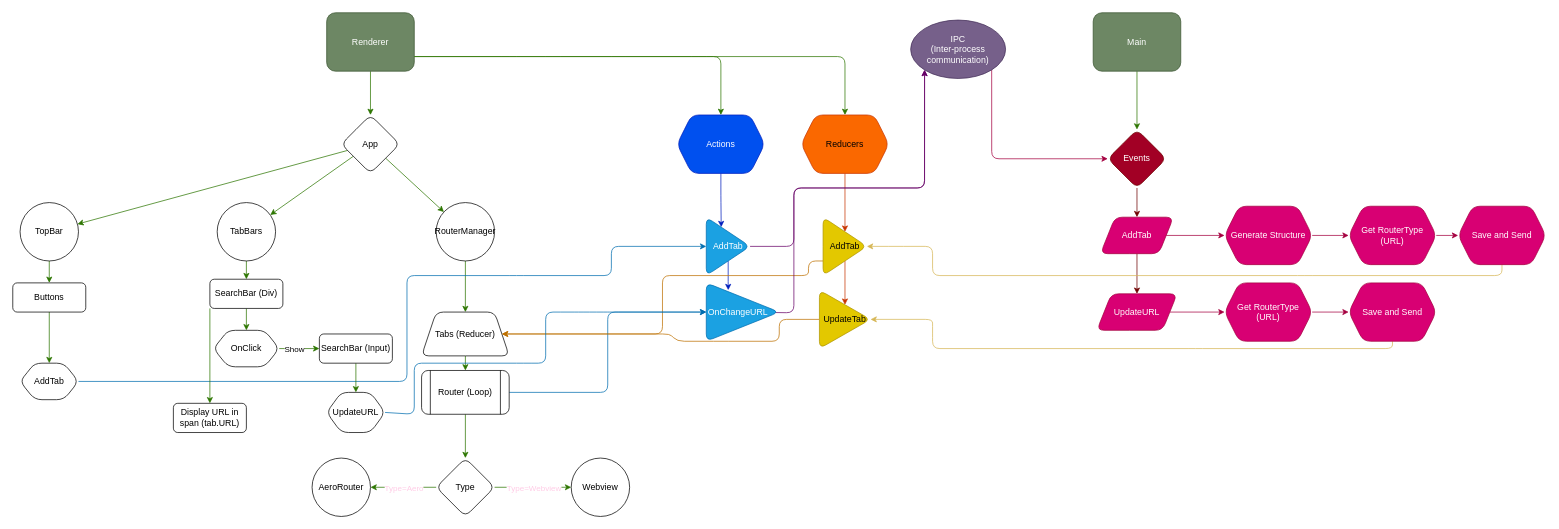
FrostBreker/AeroBrowser keeps this draw.io diagram as Drawio/router.drawio. Above is the earlier version. Source tidied: cells renumbered, new cells numbered last; positions are measured from the earlier drawing's top-left corner, leaving out a move shared by most shapes. Both pictures are drawn from the tidied source at 73%, with x=0, y=0 at pixel (12, 12).
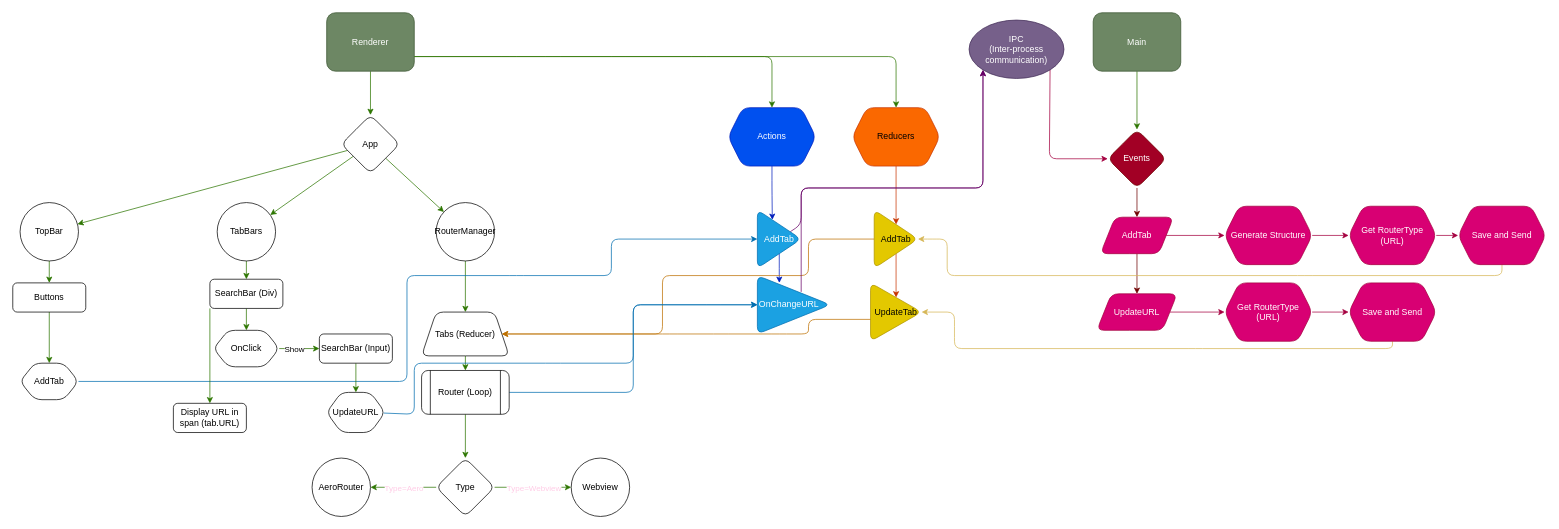
The same page after the edit.

Unchanged cells that the change refers to:
```xml
<mxCell id="4" value="Renderer" style="whiteSpace=wrap;html=1;rounded=1;fillColor=#6d8764;fontColor=#ffffff;strokeColor=#3A5431;" parent="1" vertex="1">
  <mxGeometry x="430" width="120" height="80" as="geometry" />
</mxCell>
<mxCell id="21" value="Tabs (Reducer)" style="shape=trapezoid;perimeter=trapezoidPerimeter;whiteSpace=wrap;html=1;fixedSize=1;rounded=1;" parent="1" vertex="1">
  <mxGeometry x="560" y="410" width="120" height="60" as="geometry" />
</mxCell>
<mxCell id="27" value="Events" style="rhombus;whiteSpace=wrap;html=1;rounded=1;fillColor=#a20025;fontColor=#ffffff;strokeColor=#6F0000;" parent="1" vertex="1">
  <mxGeometry x="1500" y="160" width="80" height="80" as="geometry" />
</mxCell>
<mxCell id="31" value="AddTab" style="shape=hexagon;perimeter=hexagonPerimeter2;whiteSpace=wrap;html=1;fixedSize=1;rounded=1;" parent="1" vertex="1">
  <mxGeometry x="10" y="480" width="80" height="50" as="geometry" />
</mxCell>
<mxCell id="46" value="Save and Send" style="shape=hexagon;perimeter=hexagonPerimeter2;whiteSpace=wrap;html=1;fixedSize=1;fillColor=#d80073;strokeColor=#A50040;fontColor=#ffffff;rounded=1;" parent="1" vertex="1">
  <mxGeometry x="1980" y="265" width="120" height="80" as="geometry" />
</mxCell>
<mxCell id="55" value="Save and Send" style="shape=hexagon;perimeter=hexagonPerimeter2;whiteSpace=wrap;html=1;fixedSize=1;fillColor=#d80073;strokeColor=#A50040;fontColor=#ffffff;rounded=1;" parent="1" vertex="1">
  <mxGeometry x="1830" y="370" width="120" height="80" as="geometry" />
</mxCell>
<mxCell id="71" value="UpdateURL" style="shape=hexagon;perimeter=hexagonPerimeter2;whiteSpace=wrap;html=1;fixedSize=1;rounded=1;" parent="1" vertex="1">
  <mxGeometry x="430" y="520" width="80" height="55" as="geometry" />
</mxCell>
```

The edit, as a diff of the source:
```diff
@@
     <mxCell id="3" style="edgeStyle=none;html=1;entryX=0.5;entryY=0;entryDx=0;entryDy=0;fillColor=#60a917;strokeColor=#2D7600;exitX=1;exitY=0.75;exitDx=0;exitDy=0;" parent="1" edge="1" source="4" target="25">
       <mxGeometry relative="1" as="geometry">
         <Array as="points">
           <mxPoint x="680" y="60" />
           <mxPoint x="830" y="60" />
-          <mxPoint x="970" y="60" />
+          <mxPoint x="1040" y="60" />
         </Array>
       </mxGeometry>
     </mxCell>
@@
     <mxCell id="7" style="edgeStyle=none;html=1;exitX=1;exitY=1;exitDx=0;exitDy=0;entryX=0;entryY=0.5;entryDx=0;entryDy=0;fillColor=#d80073;strokeColor=#A50040;" parent="1" edge="1" source="8" target="27">
       <mxGeometry relative="1" as="geometry">
         <Array as="points">
-          <mxPoint x="1341" y="200" />
+          <mxPoint x="1420" y="200" />
         </Array>
       </mxGeometry>
     </mxCell>
     <mxCell id="8" value="IPC &lt;br&gt;(Inter-process communication)" style="ellipse;whiteSpace=wrap;html=1;rounded=1;fillColor=#76608a;fontColor=#ffffff;strokeColor=#432D57;" parent="1" vertex="1">
-      <mxGeometry x="1230" y="10" width="130" height="80" as="geometry" />
+      <mxGeometry x="1310" y="10" width="130" height="80" as="geometry" />
     </mxCell>
@@
     <mxCell id="12" style="edgeStyle=none;html=1;exitX=1;exitY=0.75;exitDx=0;exitDy=0;fillColor=#60a917;strokeColor=#2D7600;" parent="1" edge="1" source="4" target="23">
       <mxGeometry relative="1" as="geometry">
         <Array as="points">
           <mxPoint x="740" y="60" />
           <mxPoint x="940" y="60" />
-          <mxPoint x="1140" y="60" />
+          <mxPoint x="1210" y="60" />
         </Array>
       </mxGeometry>
     </mxCell>
@@
     <mxCell id="23" value="Reducers" style="shape=hexagon;perimeter=hexagonPerimeter2;whiteSpace=wrap;html=1;fixedSize=1;rounded=1;fillColor=#fa6800;fontColor=#000000;strokeColor=#C73500;" parent="1" vertex="1">
-      <mxGeometry x="1080" y="140" width="120" height="80" as="geometry" />
+      <mxGeometry x="1150" y="130" width="120" height="80" as="geometry" />
     </mxCell>
@@
     <mxCell id="25" value="Actions" style="shape=hexagon;perimeter=hexagonPerimeter2;whiteSpace=wrap;html=1;fixedSize=1;rounded=1;fillColor=#0050ef;fontColor=#ffffff;strokeColor=#001DBC;" parent="1" vertex="1">
-      <mxGeometry x="910" y="140" width="120" height="80" as="geometry" />
+      <mxGeometry x="980" y="130" width="120" height="80" as="geometry" />
     </mxCell>
@@
     <mxCell id="30" style="edgeStyle=none;html=1;exitX=1;exitY=0.5;exitDx=0;exitDy=0;entryX=0;entryY=0.5;entryDx=0;entryDy=0;fillColor=#1ba1e2;strokeColor=#006EAF;" parent="1" edge="1" source="31" target="34">
       <mxGeometry relative="1" as="geometry">
         <Array as="points">
           <mxPoint x="540" y="505" />
           <mxPoint x="540" y="360" />
           <mxPoint x="690" y="360" />
           <mxPoint x="820" y="360" />
-          <mxPoint x="820" y="320" />
+          <mxPoint x="820" y="310" />
         </Array>
       </mxGeometry>
     </mxCell>
@@
-    <mxCell id="32" style="edgeStyle=none;html=1;exitX=1;exitY=0.5;exitDx=0;exitDy=0;entryX=0;entryY=1;entryDx=0;entryDy=0;fillColor=#76608a;strokeColor=#660066;" parent="1" edge="1" source="34" target="8">
+    <mxCell id="32" style="edgeStyle=none;html=1;entryX=0;entryY=1;entryDx=0;entryDy=0;fillColor=#76608a;strokeColor=#660066;" parent="1" edge="1" source="34" target="8">
       <mxGeometry relative="1" as="geometry">
         <Array as="points">
-          <mxPoint x="1070" y="320" />
-          <mxPoint x="1070" y="240" />
-          <mxPoint x="1249" y="240" />
+          <mxPoint x="1080" y="290" />
+          <mxPoint x="1080" y="240" />
+          <mxPoint x="1329" y="240" />
         </Array>
       </mxGeometry>
     </mxCell>
@@
     <mxCell id="34" value="AddTab" style="triangle;whiteSpace=wrap;html=1;rounded=1;rotation=0;fillColor=#1ba1e2;fontColor=#ffffff;strokeColor=#006EAF;" parent="1" vertex="1">
-      <mxGeometry x="950" y="280" width="60" height="80" as="geometry" />
+      <mxGeometry x="1020" y="270" width="60" height="80" as="geometry" />
     </mxCell>
-    <mxCell id="35" style="edgeStyle=none;html=1;exitX=0;exitY=0.75;exitDx=0;exitDy=0;entryX=1;entryY=0.5;entryDx=0;entryDy=0;fillColor=#f0a30a;strokeColor=#BD7000;" parent="1" edge="1" source="37" target="21">
+    <mxCell id="35" style="edgeStyle=none;html=1;entryX=1;entryY=0.5;entryDx=0;entryDy=0;fillColor=#f0a30a;strokeColor=#BD7000;exitX=0;exitY=0.5;exitDx=0;exitDy=0;" parent="1" edge="1" source="37" target="21">
       <mxGeometry relative="1" as="geometry">
         <Array as="points">
-          <mxPoint x="1090" y="340" />
+          <mxPoint x="1090" y="310" />
           <mxPoint x="1090" y="360" />
           <mxPoint x="890" y="360" />
           <mxPoint x="890" y="440" />
         </Array>
       </mxGeometry>
     </mxCell>
@@
     <mxCell id="37" value="AddTab" style="triangle;whiteSpace=wrap;html=1;rounded=1;rotation=0;fillColor=#e3c800;fontColor=#000000;strokeColor=#B09500;" parent="1" vertex="1">
-      <mxGeometry x="1110" y="280" width="60" height="80" as="geometry" />
+      <mxGeometry x="1180" y="270" width="60" height="80" as="geometry" />
     </mxCell>
@@
     <mxCell id="45" style="edgeStyle=none;html=1;exitX=0.5;exitY=1;exitDx=0;exitDy=0;fillColor=#fff2cc;strokeColor=#d6b656;entryX=1;entryY=0.5;entryDx=0;entryDy=0;" parent="1" edge="1" source="46" target="37">
       <mxGeometry relative="1" as="geometry">
         <Array as="points">
           <mxPoint x="2040" y="360" />
           <mxPoint x="1770" y="360" />
-          <mxPoint x="1260" y="360" />
-          <mxPoint x="1260" y="320" />
-          <mxPoint x="1210" y="320" />
+          <mxPoint x="1280" y="360" />
+          <mxPoint x="1280" y="310" />
+          <mxPoint x="1260" y="310" />
         </Array>
       </mxGeometry>
     </mxCell>
@@
     <mxCell id="54" style="edgeStyle=none;html=1;exitX=0.5;exitY=1;exitDx=0;exitDy=0;entryX=1;entryY=0.5;entryDx=0;entryDy=0;strokeColor=#D6B656;" parent="1" edge="1" source="55" target="57">
       <mxGeometry relative="1" as="geometry">
         <Array as="points">
           <mxPoint x="1890" y="460" />
           <mxPoint x="1620" y="460" />
-          <mxPoint x="1260" y="460" />
-          <mxPoint x="1260" y="440" />
-          <mxPoint x="1260" y="420" />
+          <mxPoint x="1290" y="460" />
+          <mxPoint x="1290" y="440" />
+          <mxPoint x="1290" y="410" />
         </Array>
       </mxGeometry>
     </mxCell>
@@
-    <mxCell id="56" style="edgeStyle=none;html=1;exitX=0;exitY=0.5;exitDx=0;exitDy=0;entryX=1;entryY=0.5;entryDx=0;entryDy=0;strokeColor=#BD7000;" parent="1" edge="1" source="57" target="21">
+    <mxCell id="56" style="edgeStyle=none;html=1;entryX=1;entryY=0.5;entryDx=0;entryDy=0;strokeColor=#BD7000;exitX=0.019;exitY=0.625;exitDx=0;exitDy=0;exitPerimeter=0;" parent="1" edge="1" source="57" target="21">
       <mxGeometry relative="1" as="geometry">
         <Array as="points">
-          <mxPoint x="1050" y="420" />
-          <mxPoint x="1050" y="450" />
-          <mxPoint x="970" y="450" />
-          <mxPoint x="910" y="450" />
+          <mxPoint x="1090" y="420" />
+          <mxPoint x="1090" y="440" />
+          <mxPoint x="1050" y="440" />
+          <mxPoint x="970" y="440" />
           <mxPoint x="900" y="440" />
         </Array>
       </mxGeometry>
     </mxCell>
     <mxCell id="57" value="UpdateTab" style="triangle;whiteSpace=wrap;html=1;rounded=1;rotation=0;fillColor=#e3c800;fontColor=#000000;strokeColor=#B09500;" parent="1" vertex="1">
-      <mxGeometry x="1105" y="380" width="70" height="80" as="geometry" />
+      <mxGeometry x="1175" y="370" width="70" height="80" as="geometry" />
     </mxCell>
@@
-    <mxCell id="65" style="html=1;exitX=0.944;exitY=0.508;exitDx=0;exitDy=0;strokeColor=#660066;fontFamily=Helvetica;fontColor=#FFCCE6;startArrow=none;startFill=0;elbow=vertical;rounded=1;jumpStyle=none;exitPerimeter=0;entryX=0;entryY=1;entryDx=0;entryDy=0;" parent="1" edge="1" source="66" target="8">
+    <mxCell id="65" style="html=1;strokeColor=#660066;fontFamily=Helvetica;fontColor=#FFCCE6;startArrow=none;startFill=0;elbow=vertical;rounded=1;jumpStyle=none;entryX=0;entryY=1;entryDx=0;entryDy=0;exitX=0.6;exitY=0.279;exitDx=0;exitDy=0;exitPerimeter=0;" parent="1" edge="1" source="66" target="8">
       <mxGeometry relative="1" as="geometry">
         <Array as="points">
-          <mxPoint x="1070" y="411" />
-          <mxPoint x="1070" y="240" />
-          <mxPoint x="1249" y="240" />
+          <mxPoint x="1080" y="240" />
+          <mxPoint x="1329" y="240" />
         </Array>
       </mxGeometry>
     </mxCell>
     <mxCell id="66" value="OnChangeURL" style="triangle;rounded=1;rotation=0;fillColor=#1ba1e2;fontColor=#ffffff;strokeColor=#006EAF;labelPosition=center;verticalLabelPosition=middle;align=center;verticalAlign=middle;whiteSpace=wrap;html=1;spacingTop=0;spacingLeft=-13;" parent="1" vertex="1">
-      <mxGeometry x="950" y="370" width="100" height="80" as="geometry" />
+      <mxGeometry x="1020" y="360" width="100" height="80" as="geometry" />
     </mxCell>
@@
-    <mxCell id="70" style="edgeStyle=none;rounded=1;jumpStyle=none;html=1;strokeColor=#006EAF;fontFamily=Helvetica;fontColor=#FFCCE6;startArrow=none;startFill=0;elbow=vertical;fillColor=#1ba1e2;exitX=1;exitY=0.5;exitDx=0;exitDy=0;" parent="1" edge="1" source="71" target="66">
+    <mxCell id="70" style="edgeStyle=none;html=1;entryX=0;entryY=0.5;entryDx=0;entryDy=0;fillColor=#1ba1e2;strokeColor=#006EAF;exitX=0.975;exitY=0.515;exitDx=0;exitDy=0;exitPerimeter=0;" parent="1" edge="1" source="71" target="66">
       <mxGeometry relative="1" as="geometry">
         <Array as="points">
           <mxPoint x="550" y="550" />
           <mxPoint x="550" y="480" />
-          <mxPoint x="700" y="480" />
-          <mxPoint x="730" y="480" />
-          <mxPoint x="730" y="410" />
-          <mxPoint x="760" y="410" />
-          <mxPoint x="780" y="410" />
-          <mxPoint x="810" y="410" />
-          <mxPoint x="820" y="410" />
+          <mxPoint x="740" y="480" />
+          <mxPoint x="850" y="480" />
+          <mxPoint x="850" y="400" />
+          <mxPoint x="960" y="400" />
         </Array>
       </mxGeometry>
     </mxCell>
```
